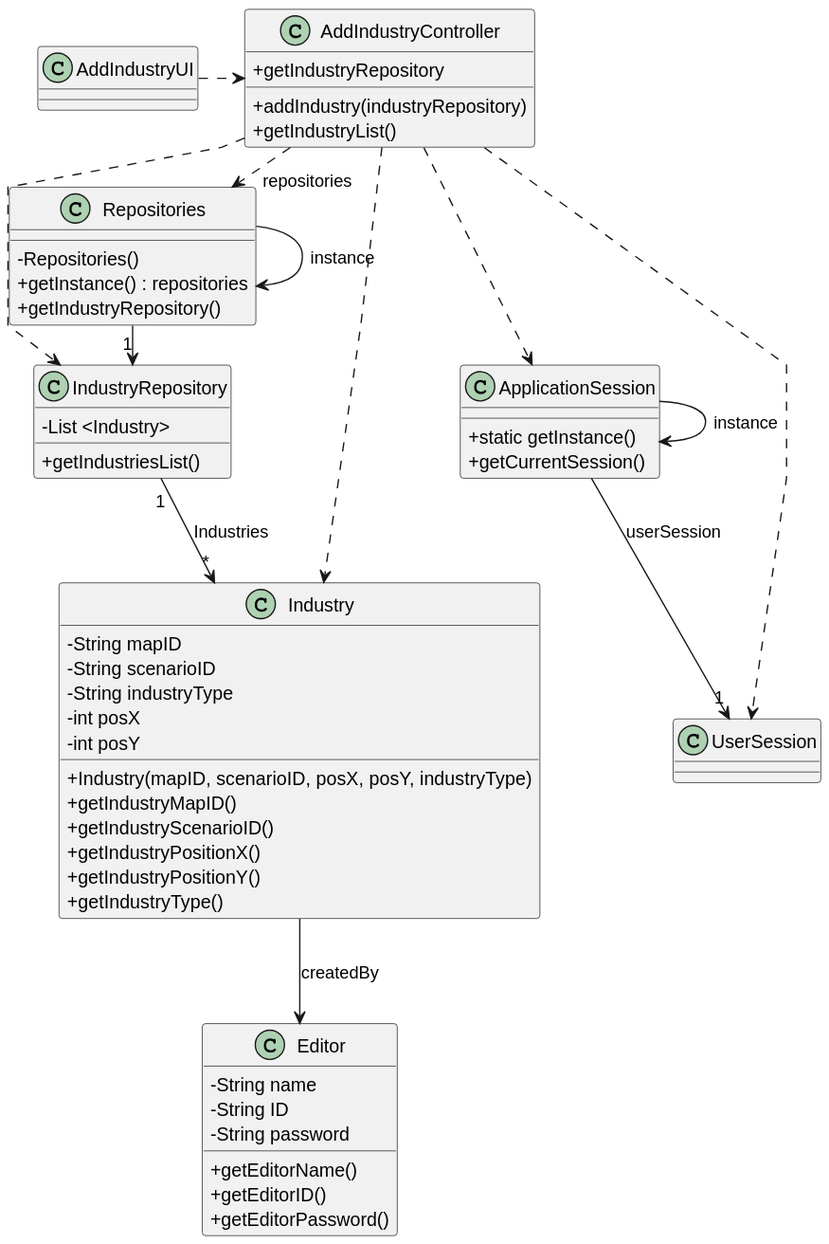
Before: docs/sprint2/us006/03.design/svg/us006-class-diagram.svg, a diagram exported from PlantUML (ivasduarte/all-aboard). The source it was exported from:
```plantuml
@startuml
skinparam packageeStyle rectangle
skinparam shadowing false
skinparam linetype polyline

skinparam classAttributeIconSize 0

class Editor {
    - String name
    - String ID
    - String password
    + getEditorName()
    + getEditorID()
    + getEditorPassword()
}

class UserSession {
}

class ApplicationSession {
    + static getInstance()
    + getCurrentSession()
}

class Industry {
    - String mapID
    - String scenarioID
    - String industryType
    - int posX
    - int posY
    + Industry(mapID, scenarioID, posX, posY, industryType)
    + getIndustryMapID()
    + getIndustryScenarioID()
    + getIndustryPositionX()
    + getIndustryPositionY()
    + getIndustryType()
}

class AddIndustryUI {
}

class AddIndustryController {
    + getIndustryRepository
    + addIndustry(industryRepository)
    + getIndustryList()
}

class Repositories {
    - Repositories()
    + getInstance() : repositories
    + getIndustryRepository()
}

class IndustryRepository {
    - List <Industry>
    + getIndustriesList()
}

Repositories -> Repositories : instance
ApplicationSession -> ApplicationSession : instance

AddIndustryUI .> AddIndustryController

AddIndustryController .> Repositories : repositories

Repositories -> "1" IndustryRepository
AddIndustryController ..> Industry
AddIndustryController ..> IndustryRepository

ApplicationSession --> "1" UserSession : userSession

AddIndustryController ..> ApplicationSession
AddIndustryController ..> UserSession

IndustryRepository "1" --> "*" Industry : Industries

Industry --> Editor : createdBy
@enduml
```
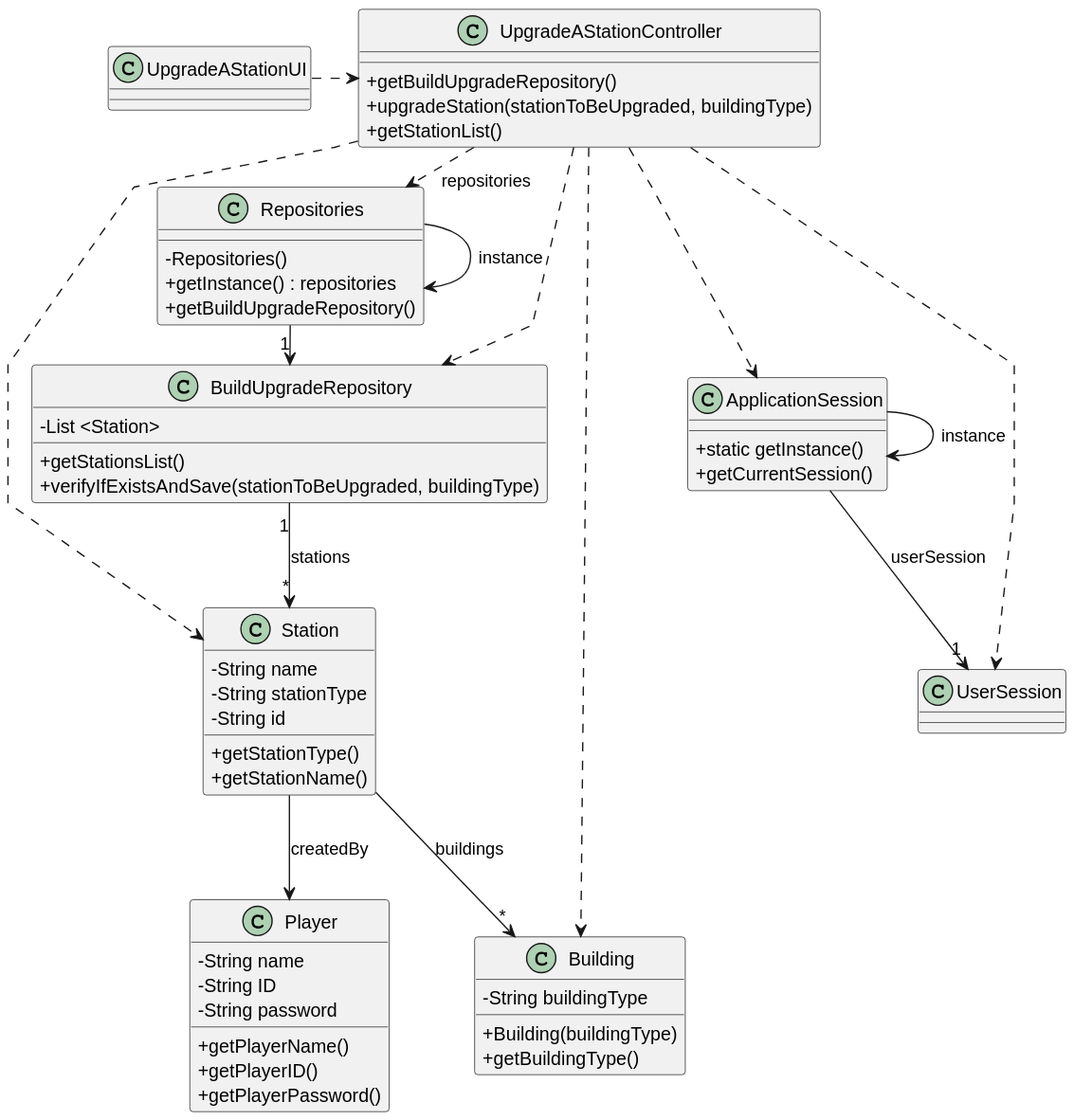
The same diagram one commit later.

Commit message:
US006(docs): Added sequence diagram

Change to the diagram source:
```diff
@@ -5,13 +5,13 @@
 
 skinparam classAttributeIconSize 0
 
-class Editor {
+class Player {
     - String name
     - String ID
     - String password
-    + getEditorName()
-    + getEditorID()
-    + getEditorPassword()
+    + getPlayerName()
+    + getPlayerID()
+    + getPlayerPassword()
 }
 
 class UserSession {
@@ -22,57 +22,61 @@
     + getCurrentSession()
 }
 
-class Industry {
-    - String mapID
-    - String scenarioID
-    - String industryType
-    - int posX
-    - int posY
-    + Industry(mapID, scenarioID, posX, posY, industryType)
-    + getIndustryMapID()
-    + getIndustryScenarioID()
-    + getIndustryPositionX()
-    + getIndustryPositionY()
-    + getIndustryType()
+
+class Station {
+    - String name
+    - String stationType
+    - String id
+    + getStationType()
+    + getStationName()
 }
 
-class AddIndustryUI {
+class Building {
+    - String buildingType
+    + Building(buildingType)
+    + getBuildingType()
 }
 
-class AddIndustryController {
-    + getIndustryRepository
-    + addIndustry(industryRepository)
-    + getIndustryList()
+class UpgradeAStationUI {
+}
+
+class UpgradeAStationController {
+    + getBuildUpgradeRepository()
+    + upgradeStation(stationToBeUpgraded, buildingType)
+    + getStationList()
 }
 
 class Repositories {
     - Repositories()
     + getInstance() : repositories
-    + getIndustryRepository()
+    + getBuildUpgradeRepository()
 }
 
-class IndustryRepository {
-    - List <Industry>
-    + getIndustriesList()
+class BuildUpgradeRepository {
+    - List <Station>
+    + getStationsList()
+    + verifyIfExistsAndSave(stationToBeUpgraded, buildingType)
 }
 
 Repositories -> Repositories : instance
 ApplicationSession -> ApplicationSession : instance
 
-AddIndustryUI .> AddIndustryController
+UpgradeAStationUI .> UpgradeAStationController
 
-AddIndustryController .> Repositories : repositories
+UpgradeAStationController .> Repositories : repositories
 
-Repositories -> "1" IndustryRepository
-AddIndustryController ..> Industry
-AddIndustryController ..> IndustryRepository
+Repositories -> "1" BuildUpgradeRepository
+UpgradeAStationController ..> Station
+UpgradeAStationController ..> Building
+UpgradeAStationController ..> BuildUpgradeRepository
 
 ApplicationSession --> "1" UserSession : userSession
 
-AddIndustryController ..> ApplicationSession
-AddIndustryController ..> UserSession
+UpgradeAStationController ..> ApplicationSession
+UpgradeAStationController ..> UserSession
 
-IndustryRepository "1" --> "*" Industry : Industries
+BuildUpgradeRepository "1" --> "*" Station : stations
 
-Industry --> Editor : createdBy
+Station --> Player : createdBy
+Station --> "*" Building : buildings
 @enduml
```
